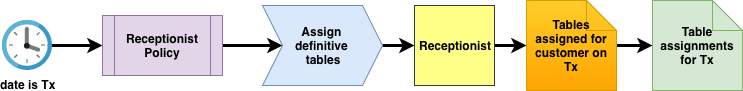
This is img/posts/events-restaurant/processFlowTableAssignment.png from tripledio/tripledio.github.io, a draw.io export, as it was before one commit. Source tidied: cells renumbered, new cells last; positions are measured from the earlier drawing's top-left corner, leaving out a move shared by most shapes. Source of this version:
```xml
<mxGraphModel>
  <root>
    <mxCell id="0" />
    <mxCell id="1" parent="0" />
    <mxCell id="2" value="&lt;b&gt;Table assignments for Tx&lt;/b&gt;" style="shape=note;whiteSpace=wrap;html=1;backgroundOutline=1;fillColor=#d5e8d4;strokeColor=#82b366;" parent="1" vertex="1">
      <mxGeometry x="650" width="90" height="90" as="geometry" />
    </mxCell>
    <mxCell id="3" style="edgeStyle=orthogonalEdgeStyle;rounded=0;jettySize=auto;html=1;entryX=0;entryY=0.5;entryDx=0;entryDy=0;strokeWidth=3;" parent="1" edge="1" source="4" target="10">
      <mxGeometry relative="1" as="geometry" />
    </mxCell>
    <mxCell id="4" value="&lt;b&gt;Receptionist Policy&lt;/b&gt;" style="shape=process;whiteSpace=wrap;html=1;backgroundOutline=1;fillColor=#e1d5e7;strokeColor=#9673a6;" parent="1" vertex="1">
      <mxGeometry x="100" y="15" width="120" height="60" as="geometry" />
    </mxCell>
    <mxCell id="5" style="edgeStyle=orthogonalEdgeStyle;rounded=0;jettySize=auto;html=1;strokeWidth=3;" parent="1" edge="1" source="6" target="4">
      <mxGeometry relative="1" as="geometry" />
    </mxCell>
    <mxCell id="6" value="&lt;b&gt;date is Tx&lt;/b&gt;" style="html=1;perimeter=none;align=center;shadow=0;dashed=0;image;fontSize=12;image=img/lib/mscae/Clock.svg;" parent="1" vertex="1">
      <mxGeometry y="20" width="50" height="50" as="geometry" />
    </mxCell>
    <mxCell id="7" style="edgeStyle=orthogonalEdgeStyle;rounded=0;jettySize=auto;html=1;entryX=0;entryY=0.5;entryDx=0;entryDy=0;entryPerimeter=0;strokeWidth=3;" parent="1" edge="1" source="8" target="2">
      <mxGeometry relative="1" as="geometry" />
    </mxCell>
    <mxCell id="8" value="&lt;b&gt;Tables assigned for customer on Tx&lt;/b&gt;&lt;br&gt;" style="shape=note;whiteSpace=wrap;html=1;backgroundOutline=1;fillColor=#ffcd28;strokeColor=#d79b00;gradientColor=#ffa500;" parent="1" vertex="1">
      <mxGeometry x="524" width="90" height="90" as="geometry" />
    </mxCell>
    <mxCell id="9" style="edgeStyle=orthogonalEdgeStyle;rounded=0;jettySize=auto;html=1;entryX=0;entryY=0.5;entryDx=0;entryDy=0;strokeWidth=3;" parent="1" edge="1" source="10" target="12">
      <mxGeometry relative="1" as="geometry" />
    </mxCell>
    <mxCell id="10" value="&lt;b&gt;Assign &lt;br&gt;definitive &lt;br&gt;tables&lt;/b&gt;&lt;br&gt;" style="shape=step;perimeter=stepPerimeter;whiteSpace=wrap;html=1;fixedSize=1;fillColor=#dae8fc;strokeColor=#6c8ebf;" parent="1" vertex="1">
      <mxGeometry x="260" y="5" width="120" height="80" as="geometry" />
    </mxCell>
    <mxCell id="11" style="edgeStyle=orthogonalEdgeStyle;rounded=0;jettySize=auto;html=1;entryX=0;entryY=0.5;entryDx=0;entryDy=0;entryPerimeter=0;strokeWidth=3;" parent="1" edge="1" source="12" target="8">
      <mxGeometry relative="1" as="geometry" />
    </mxCell>
    <mxCell id="12" value="&lt;b&gt;Receptionist&lt;/b&gt;" style="whiteSpace=wrap;html=1;fillColor=#ffff88;strokeColor=#36393d;" parent="1" vertex="1">
      <mxGeometry x="412" y="5" width="80" height="80" as="geometry" />
    </mxCell>
  </root>
</mxGraphModel>
```
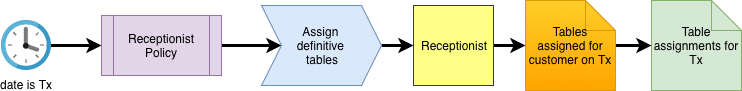
After the commit.

The edit, as a diff of the source:
```diff
@@ -2,37 +2,37 @@
   <root>
     <mxCell id="0" />
     <mxCell id="1" parent="0" />
-    <mxCell id="2" value="&lt;b&gt;Table assignments for Tx&lt;/b&gt;" style="shape=note;whiteSpace=wrap;html=1;backgroundOutline=1;fillColor=#d5e8d4;strokeColor=#82b366;" parent="1" vertex="1">
+    <mxCell id="2" value="&lt;span&gt;Table assignments for Tx&lt;/span&gt;" style="shape=note;whiteSpace=wrap;html=1;backgroundOutline=1;fillColor=#d5e8d4;strokeColor=#82b366;fontStyle=0;" parent="1" vertex="1">
       <mxGeometry x="650" width="90" height="90" as="geometry" />
     </mxCell>
-    <mxCell id="3" style="edgeStyle=orthogonalEdgeStyle;rounded=0;jettySize=auto;html=1;entryX=0;entryY=0.5;entryDx=0;entryDy=0;strokeWidth=3;" parent="1" edge="1" source="4" target="10">
+    <mxCell id="3" style="edgeStyle=orthogonalEdgeStyle;rounded=0;jettySize=auto;html=1;entryX=0;entryY=0.5;entryDx=0;entryDy=0;strokeWidth=3;fontStyle=0;" parent="1" edge="1" source="4" target="10">
       <mxGeometry relative="1" as="geometry" />
     </mxCell>
-    <mxCell id="4" value="&lt;b&gt;Receptionist Policy&lt;/b&gt;" style="shape=process;whiteSpace=wrap;html=1;backgroundOutline=1;fillColor=#e1d5e7;strokeColor=#9673a6;" parent="1" vertex="1">
+    <mxCell id="4" value="&lt;span&gt;Receptionist Policy&lt;/span&gt;" style="shape=process;whiteSpace=wrap;html=1;backgroundOutline=1;fillColor=#e1d5e7;strokeColor=#9673a6;fontStyle=0;" parent="1" vertex="1">
       <mxGeometry x="100" y="15" width="120" height="60" as="geometry" />
     </mxCell>
-    <mxCell id="5" style="edgeStyle=orthogonalEdgeStyle;rounded=0;jettySize=auto;html=1;strokeWidth=3;" parent="1" edge="1" source="6" target="4">
+    <mxCell id="5" style="edgeStyle=orthogonalEdgeStyle;rounded=0;jettySize=auto;html=1;strokeWidth=3;fontStyle=0;" parent="1" edge="1" source="6" target="4">
       <mxGeometry relative="1" as="geometry" />
     </mxCell>
-    <mxCell id="6" value="&lt;b&gt;date is Tx&lt;/b&gt;" style="html=1;perimeter=none;align=center;shadow=0;dashed=0;image;fontSize=12;image=img/lib/mscae/Clock.svg;" parent="1" vertex="1">
+    <mxCell id="6" value="&lt;span&gt;date is Tx&lt;/span&gt;" style="html=1;perimeter=none;align=center;shadow=0;dashed=0;image;fontSize=12;image=img/lib/mscae/Clock.svg;fontStyle=0;" parent="1" vertex="1">
       <mxGeometry y="20" width="50" height="50" as="geometry" />
     </mxCell>
-    <mxCell id="7" style="edgeStyle=orthogonalEdgeStyle;rounded=0;jettySize=auto;html=1;entryX=0;entryY=0.5;entryDx=0;entryDy=0;entryPerimeter=0;strokeWidth=3;" parent="1" edge="1" source="8" target="2">
+    <mxCell id="7" style="edgeStyle=orthogonalEdgeStyle;rounded=0;jettySize=auto;html=1;entryX=0;entryY=0.5;entryDx=0;entryDy=0;entryPerimeter=0;strokeWidth=3;fontStyle=0;" parent="1" edge="1" source="8" target="2">
       <mxGeometry relative="1" as="geometry" />
     </mxCell>
-    <mxCell id="8" value="&lt;b&gt;Tables assigned for customer on Tx&lt;/b&gt;&lt;br&gt;" style="shape=note;whiteSpace=wrap;html=1;backgroundOutline=1;fillColor=#ffcd28;strokeColor=#d79b00;gradientColor=#ffa500;" parent="1" vertex="1">
+    <mxCell id="8" value="&lt;span&gt;Tables assigned for customer on Tx&lt;/span&gt;&lt;br&gt;" style="shape=note;whiteSpace=wrap;html=1;backgroundOutline=1;fillColor=#ffcd28;strokeColor=#d79b00;gradientColor=#ffa500;fontStyle=0;" parent="1" vertex="1">
       <mxGeometry x="524" width="90" height="90" as="geometry" />
     </mxCell>
-    <mxCell id="9" style="edgeStyle=orthogonalEdgeStyle;rounded=0;jettySize=auto;html=1;entryX=0;entryY=0.5;entryDx=0;entryDy=0;strokeWidth=3;" parent="1" edge="1" source="10" target="12">
+    <mxCell id="9" style="edgeStyle=orthogonalEdgeStyle;rounded=0;jettySize=auto;html=1;entryX=0;entryY=0.5;entryDx=0;entryDy=0;strokeWidth=3;fontStyle=0;" parent="1" edge="1" source="10" target="12">
       <mxGeometry relative="1" as="geometry" />
     </mxCell>
-    <mxCell id="10" value="&lt;b&gt;Assign &lt;br&gt;definitive &lt;br&gt;tables&lt;/b&gt;&lt;br&gt;" style="shape=step;perimeter=stepPerimeter;whiteSpace=wrap;html=1;fixedSize=1;fillColor=#dae8fc;strokeColor=#6c8ebf;" parent="1" vertex="1">
+    <mxCell id="10" value="&lt;span&gt;Assign &lt;br&gt;definitive &lt;br&gt;tables&lt;/span&gt;&lt;br&gt;" style="shape=step;perimeter=stepPerimeter;whiteSpace=wrap;html=1;fixedSize=1;fillColor=#dae8fc;strokeColor=#6c8ebf;fontStyle=0;" parent="1" vertex="1">
       <mxGeometry x="260" y="5" width="120" height="80" as="geometry" />
     </mxCell>
-    <mxCell id="11" style="edgeStyle=orthogonalEdgeStyle;rounded=0;jettySize=auto;html=1;entryX=0;entryY=0.5;entryDx=0;entryDy=0;entryPerimeter=0;strokeWidth=3;" parent="1" edge="1" source="12" target="8">
+    <mxCell id="11" style="edgeStyle=orthogonalEdgeStyle;rounded=0;jettySize=auto;html=1;entryX=0;entryY=0.5;entryDx=0;entryDy=0;entryPerimeter=0;strokeWidth=3;fontStyle=0;" parent="1" edge="1" source="12" target="8">
       <mxGeometry relative="1" as="geometry" />
     </mxCell>
-    <mxCell id="12" value="&lt;b&gt;Receptionist&lt;/b&gt;" style="whiteSpace=wrap;html=1;fillColor=#ffff88;strokeColor=#36393d;" parent="1" vertex="1">
+    <mxCell id="12" value="&lt;span&gt;Receptionist&lt;/span&gt;" style="whiteSpace=wrap;html=1;fillColor=#ffff88;strokeColor=#36393d;fontStyle=0;" parent="1" vertex="1">
       <mxGeometry x="412" y="5" width="80" height="80" as="geometry" />
     </mxCell>
   </root>
```
